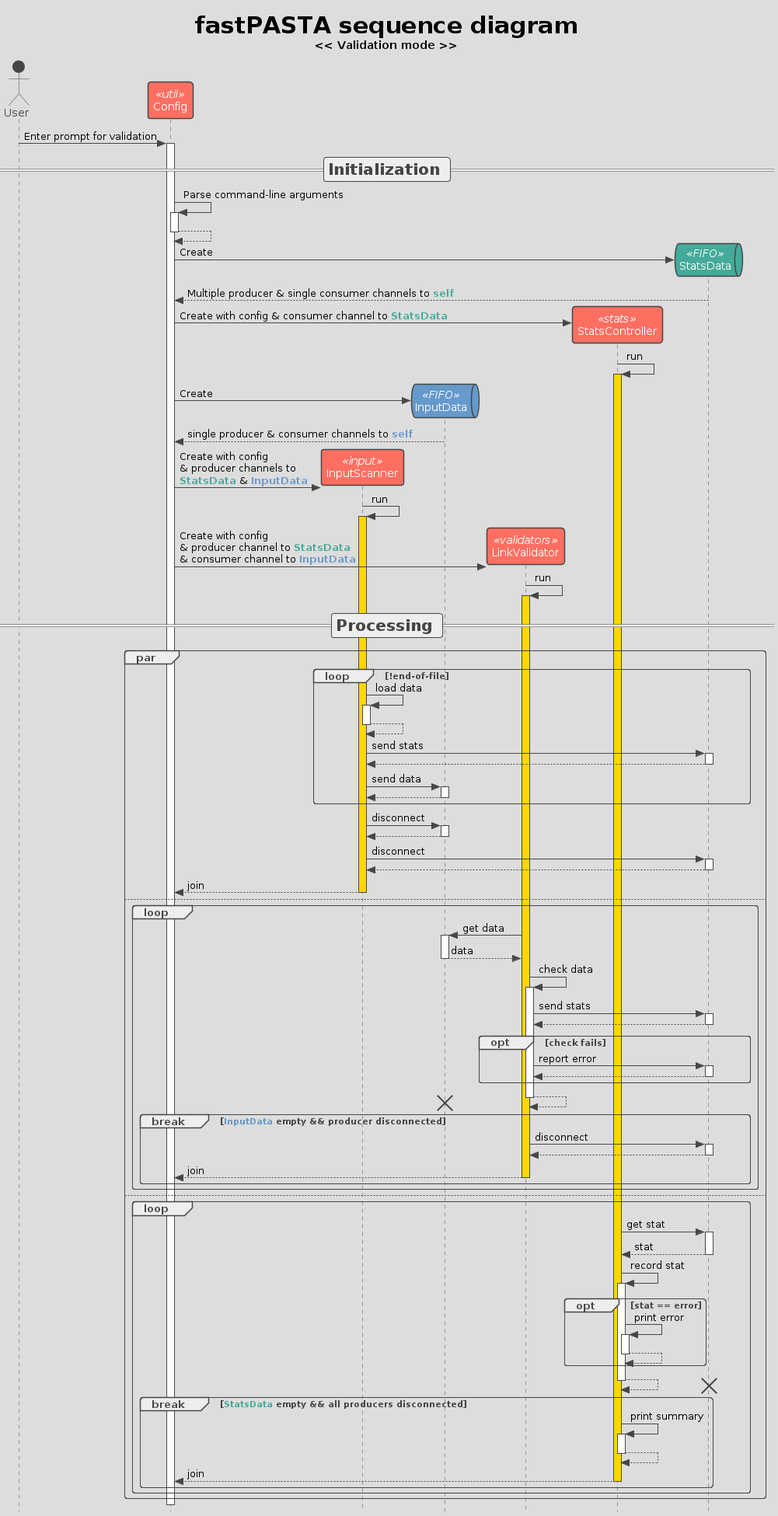
CramBL/fastPASTA keeps this PlantUML diagram as doc/sequence_validation_mode.png. Above is the earlier version.
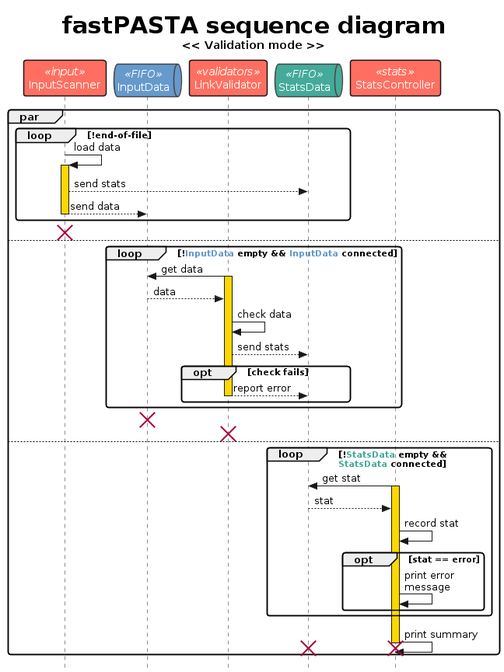
Above is the later version.

Commit message:
simplify sequence diagram for validation mode

What changed in the source:
```diff
@@ -1,98 +1,74 @@
 @startuml sequence_validation_mode
-!theme toy from https://raw.githubusercontent.com/plantuml/plantuml/master/themes
+skinparam RoundCorner 7
+skinparam sequenceDivider {
+    BorderThickness 1
+}
+skinparam participant {
+    BackgroundColor FF6F61
+    FontColor White
+    BorderThickness 1.5
+}
+skinparam queue {
+    BackgroundColor FF6F61
+    BorderColor 454645
+    FontColor FFF
+    BorderThickness 1.5
+}
 skinparam style strictuml
 
+
 Title **<size:30>fastPASTA sequence diagram</size>**\n<< Validation mode >>
-
-actor       User       as user
-
-participant Config  as config << util >>
 participant InputScanner as inputscanner << input >>
 queue InputData as inputfifo << FIFO >> #6699CC
 participant LinkValidator as linkvalidator << validators >>
+queue StatsData as statsfifo << FIFO >> #44AA99
 participant StatsController as statscontroller << stats >>
-queue StatsData as statsfifo << FIFO >> #44AA99
-
-
-
-
-autoactivate on
-
-user -> config ++ : Enter prompt for validation
-== <size:20>Initialization</size> ==
-config -> config: Parse command-line arguments
-return
-config -> statsfifo ** : Create
-    statsfifo --> config : Multiple producer & single consumer channels to <color #44AA99>**self**</color>
-config -> statscontroller ** : Create with config & consumer channel to <color #44AA99>**StatsData**</color>
-    statscontroller -> statscontroller ++ #gold : run
-
-config -> inputfifo ** : Create
-    inputfifo --> config : single producer & consumer channels to <color #6699CC>**self**</color>
-config -> inputscanner ** : Create with config \n& producer channels to\n<color #44AA99>**StatsData**</color> & <color #6699CC>**InputData**</color>
-
-    inputscanner -> inputscanner ++ #gold : run
-
-config -> linkvalidator ** : Create with config\n& producer channel to <color #44AA99>**StatsData**</color>\n& consumer channel to <color #6699CC>**InputData**</color>
-    linkvalidator -> linkvalidator ++ #gold : run
-== <size:20>Processing</size> ==
 
 par
 
     loop !end-of-file
+
         inputscanner -> inputscanner : load data
-        return
-        inputscanner -> statsfifo : send stats
-        return
-        inputscanner -> inputfifo : send data
-        return
+    activate inputscanner #gold
+        inputscanner --> statsfifo : send stats
+        inputscanner --> inputfifo : send data
+    deactivate inputscanner
     end
-    inputscanner -> inputfifo : disconnect
-    return
-    inputscanner -> statsfifo : disconnect
-    return
-    inputscanner --> config : join
+destroy inputscanner
+
 else
-    loop
+    loop !<color #6699CC>**InputData**</color> empty && <color #6699CC>**InputData**</color> connected
+
         linkvalidator -> inputfifo : get data
-        return data
+    activate linkvalidator #gold
+        inputfifo --> linkvalidator : data
+
         linkvalidator -> linkvalidator : check data
-        linkvalidator -> statsfifo : send stats
-        return
+        linkvalidator --> statsfifo : send stats
+
             opt check fails
-                linkvalidator -> statsfifo : report error
-                return
+                linkvalidator --> statsfifo : report error
+    deactivate linkvalidator
             end
-        return
-        break <color #6699CC>**InputData**</color> empty && producer disconnected
-            destroy inputfifo
-            linkvalidator -> statsfifo : disconnect
-            return
-            linkvalidator --> config -- : join
+    end
+    destroy inputfifo
+destroy linkvalidator
+else
+    loop !<color #44AA99>**StatsData**</color> empty &&\n<color #44AA99>**StatsData**</color> connected
+        statscontroller -> statsfifo : get stat
+    activate statscontroller #gold
+        statsfifo --> statscontroller : stat
+        statscontroller -> statscontroller : record stat
+        opt stat == error
+            statscontroller -> statscontroller : print error\nmessage
         end
     end
-
-else
-    loop
-        statscontroller -> statsfifo : get stat
-        return stat
-        statscontroller -> statscontroller : record stat
-        opt stat == error
-            statscontroller -> statscontroller : print error
-            return
-        end
-        return
-        break <color #44AA99>**StatsData**</color> empty && all producers disconnected
-            destroy statsfifo
-            statscontroller -> statscontroller : print summary
-            return
-            statscontroller --> config : join
-        end
-    end
+    statscontroller -> statscontroller : print summary
+    deactivate statscontroller
+destroy statsfifo
+destroy statscontroller
 
 end
 
 
-
-
 @enduml
```
